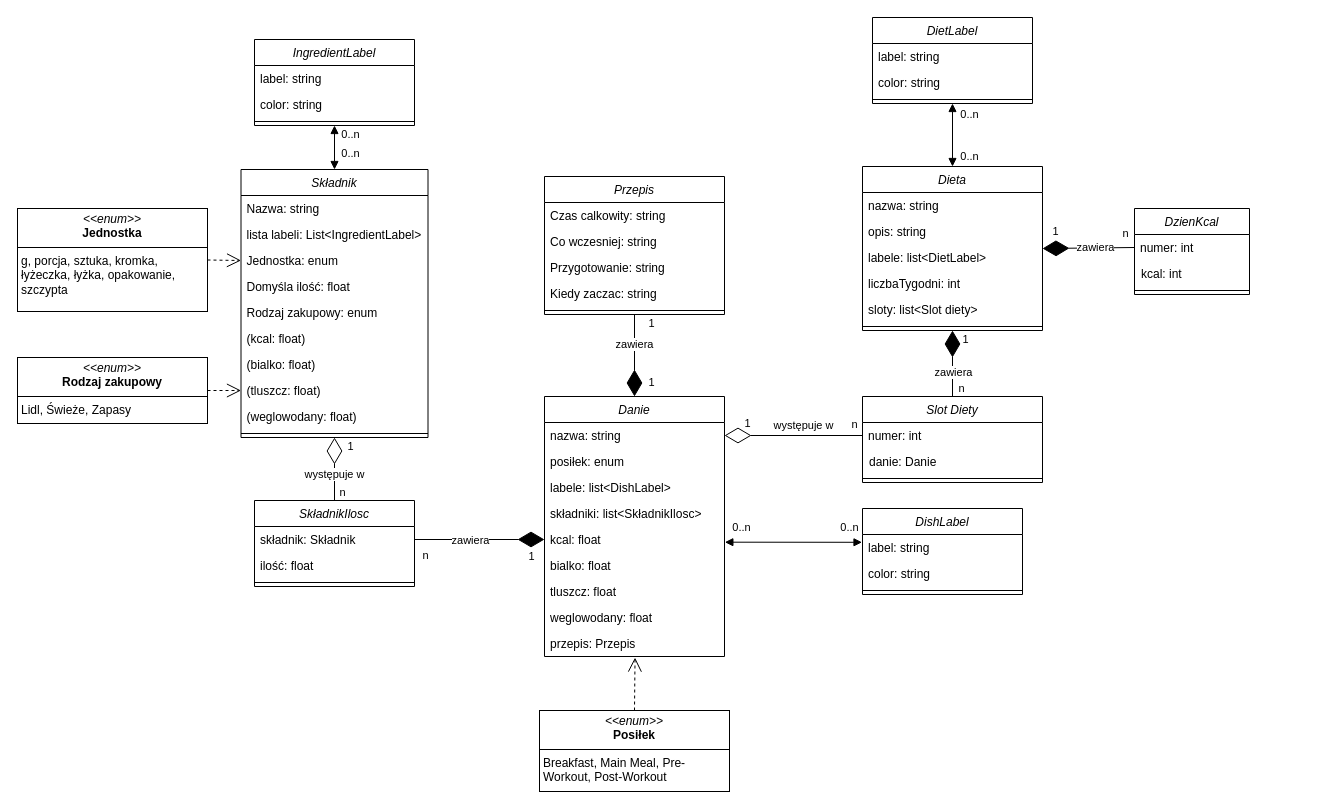
The draw.io diagram conceptual-erd.drawio in 0x41gawor/dietoned-ba, before the edit. Source tidied: cells renumbered, new cells numbered last; positions are measured from the earlier drawing's top-left corner, leaving out a move shared by most shapes. Both pictures are drawn from the tidied source at 100%, with x=0, y=0 at pixel (17, 17).
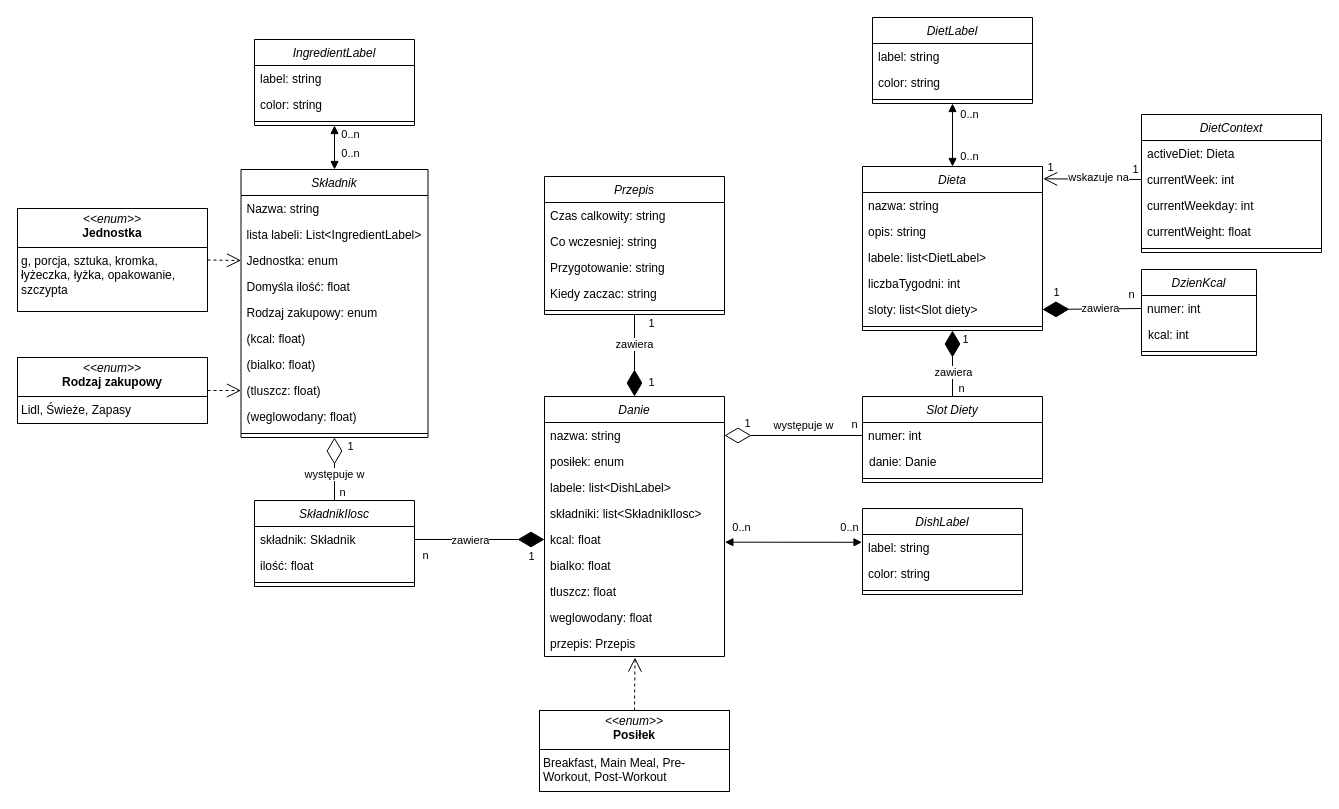
Above is the later version.

Unchanged cells that the change refers to:
```xml
<mxCell id="45" value="Dieta" style="swimlane;fontStyle=2;align=center;verticalAlign=top;horizontal=1;startSize=26;rounded=0;shadow=0;strokeWidth=1;" parent="1" vertex="1">
  <mxGeometry x="845" y="149" width="180" height="164" as="geometry" />
</mxCell>
<mxCell id="50" value="sloty: list&lt;Slot diety&gt;&#10;" style="text;align=left;verticalAlign=top;spacingLeft=4;spacingRight=4;overflow=hidden;points=[[0,0.5],[1,0.5]];portConstraint=eastwest;rounded=0;shadow=0;html=0;" parent="45" vertex="1">
  <mxGeometry y="130" width="180" height="26" as="geometry" />
</mxCell>
<mxCell id="92" value="numer: int" style="text;align=left;verticalAlign=top;spacingLeft=4;spacingRight=4;overflow=hidden;points=[[0,0.5],[1,0.5]];portConstraint=eastwest;rounded=0;shadow=0;html=0;" parent="91" vertex="1">
  <mxGeometry y="26" width="115" height="26" as="geometry" />
</mxCell>
```

What changed in the source:
```diff
@@
     <mxCell id="91" value="DzienKcal" style="swimlane;fontStyle=2;align=center;verticalAlign=top;horizontal=1;startSize=26;rounded=0;shadow=0;strokeWidth=1;" parent="1" vertex="1">
-      <mxGeometry x="1117" y="191" width="115" height="86" as="geometry" />
+      <mxGeometry x="1124" y="252" width="115" height="86" as="geometry" />
     </mxCell>
@@
-    <mxCell id="95" style="endArrow=diamondThin;endFill=1;endSize=24;html=1;rounded=0;exitX=0;exitY=0.5;exitDx=0;exitDy=0;entryX=1;entryY=0.5;entryDx=0;entryDy=0;" parent="1" edge="1" source="92" target="45">
+    <mxCell id="95" style="endArrow=diamondThin;endFill=1;endSize=24;html=1;rounded=0;exitX=0;exitY=0.5;exitDx=0;exitDy=0;entryX=1;entryY=0.5;entryDx=0;entryDy=0;" parent="1" edge="1" source="92" target="50">
       <mxGeometry relative="1" as="geometry" />
     </mxCell>
@@
+    <mxCell id="99" value="DietContext" style="swimlane;fontStyle=2;align=center;verticalAlign=top;horizontal=1;startSize=26;rounded=0;shadow=0;strokeWidth=1;" parent="1" vertex="1">
+      <mxGeometry x="1124" y="97" width="180" height="138" as="geometry" />
+    </mxCell>
+    <mxCell id="100" value="activeDiet: Dieta" style="text;align=left;verticalAlign=top;spacingLeft=4;spacingRight=4;overflow=hidden;rounded=0;shadow=0;html=0;" parent="99" vertex="1">
+      <mxGeometry y="26" width="180" height="26" as="geometry" />
+    </mxCell>
+    <mxCell id="101" value="currentWeek: int" style="text;align=left;verticalAlign=top;spacingLeft=4;spacingRight=4;overflow=hidden;points=[[0,0.5],[1,0.5]];portConstraint=eastwest;rounded=0;shadow=0;html=0;" parent="99" vertex="1">
+      <mxGeometry y="52" width="180" height="26" as="geometry" />
+    </mxCell>
+    <mxCell id="102" value="currentWeekday: int" style="text;align=left;verticalAlign=top;spacingLeft=4;spacingRight=4;overflow=hidden;rounded=0;shadow=0;html=0;" parent="99" vertex="1">
+      <mxGeometry y="78" width="180" height="26" as="geometry" />
+    </mxCell>
+    <mxCell id="103" value="currentWeight: float" style="text;align=left;verticalAlign=top;spacingLeft=4;spacingRight=4;overflow=hidden;rounded=0;shadow=0;html=0;" parent="99" vertex="1">
+      <mxGeometry y="104" width="180" height="26" as="geometry" />
+    </mxCell>
+    <mxCell id="104" style="line;html=1;strokeWidth=1;align=left;verticalAlign=middle;spacingTop=-1;spacingLeft=3;spacingRight=3;labelPosition=right;" parent="99" vertex="1">
+      <mxGeometry y="130" width="180" height="8" as="geometry" />
+    </mxCell>
+    <mxCell id="105" style="endArrow=open;endFill=1;endSize=12;html=1;exitX=0;exitY=0.5;exitDx=0;exitDy=0;entryX=1.004;entryY=0.075;entryDx=0;entryDy=0;entryPerimeter=0;" parent="1" edge="1" source="101" target="45">
+      <mxGeometry relative="1" as="geometry" />
+    </mxCell>
+    <mxCell id="106" value="1" style="edgeLabel;html=1;align=center;verticalAlign=middle;" parent="105" vertex="1">
+      <mxGeometry x="-0.88" y="-1" relative="1" as="geometry">
+        <mxPoint x="-1" y="-9" as="offset" />
+      </mxGeometry>
+    </mxCell>
+    <mxCell id="107" value="1" style="edgeLabel;html=1;align=center;verticalAlign=middle;" parent="105" vertex="1">
+      <mxGeometry x="0.8" relative="1" as="geometry">
+        <mxPoint x="-4" y="-12" as="offset" />
+      </mxGeometry>
+    </mxCell>
+    <mxCell id="108" value="wskazuje na" style="edgeLabel;html=1;align=center;verticalAlign=middle;" parent="105" vertex="1">
+      <mxGeometry x="0.24" relative="1" as="geometry">
+        <mxPoint x="17" y="-2" as="offset" />
+      </mxGeometry>
+    </mxCell>
```
